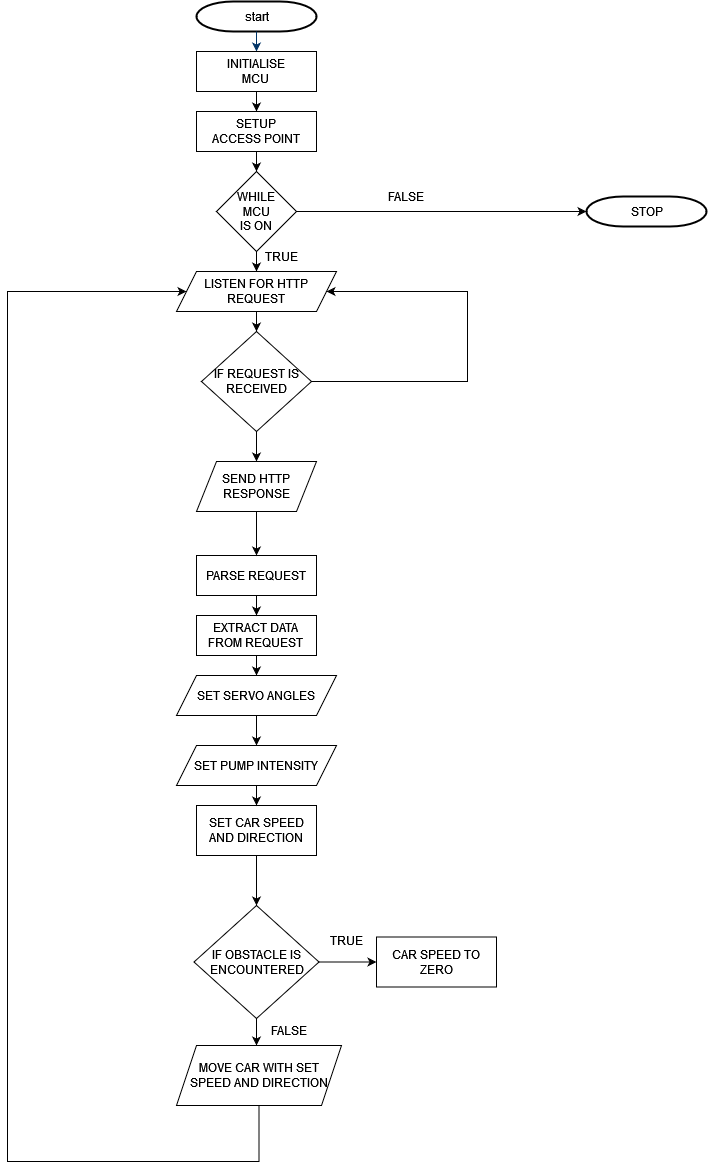
Before: MCU.png, a diagram exported from draw.io (nahiim/nahiim). Source tidied: cells renumbered, new cells last; positions are measured from the earlier drawing's top-left corner, leaving out a move shared by most shapes.
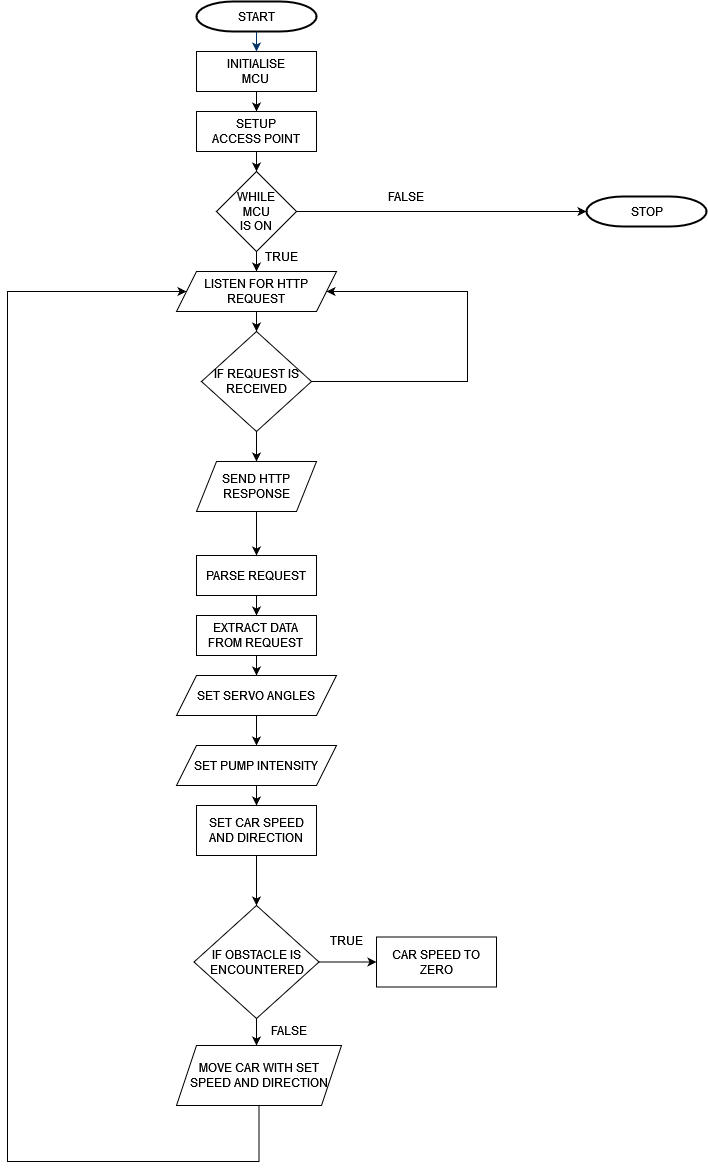
Above is the later version.

Diff of the diagram source:
```diff
@@ -2,7 +2,7 @@
   <root>
     <mxCell id="0" />
     <mxCell id="1" parent="0" />
-    <mxCell id="2" value="start" style="shape=mxgraph.flowchart.terminator;strokeWidth=2;gradientColor=none;gradientDirection=north;fontStyle=0;html=1;" parent="1" vertex="1">
+    <mxCell id="2" value="START" style="shape=mxgraph.flowchart.terminator;strokeWidth=2;gradientColor=none;gradientDirection=north;fontStyle=0;html=1;" parent="1" vertex="1">
       <mxGeometry x="189" width="120" height="30" as="geometry" />
     </mxCell>
     <mxCell id="3" style="fontStyle=1;strokeColor=#003366;strokeWidth=1;html=1;" parent="1" edge="1" source="2" target="5">
```
